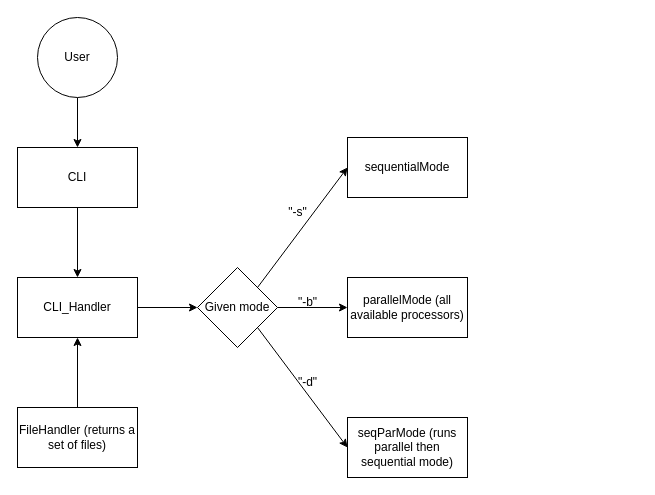
Earlier version of the draw.io diagram projectPlan.drawio (ldm8760/copads_project1). Source tidied: cells renumbered, new cells numbered last; positions are measured from the earlier drawing's top-left corner, leaving out a move shared by most shapes. Both pictures are drawn from the tidied source at 100%, with x=0, y=0 at pixel (17, 17).
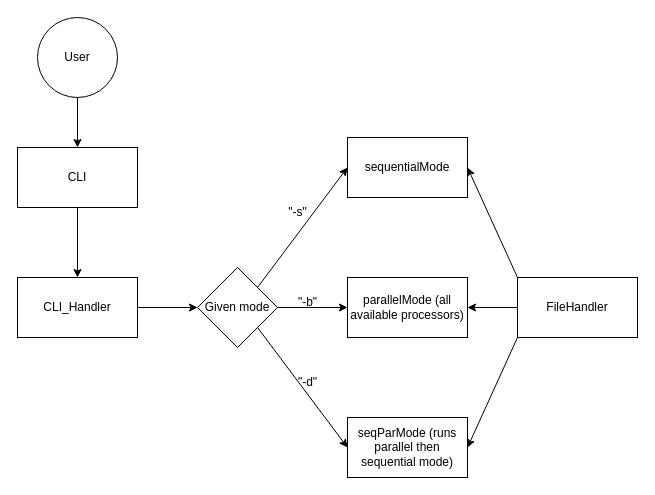
After the change.

Commit message (it also covers changes not shown here):
created interface, added visualhandler and updated filehandler

The change refers to these unchanged cells:
```xml
<mxCell id="5" value="CLI_Handler" style="whiteSpace=wrap;html=1;direction=west;" parent="1" vertex="1">
  <mxGeometry y="260" width="120" height="60" as="geometry" />
</mxCell>
<mxCell id="8" value="seqParMode (runs parallel then sequential mode)" style="whiteSpace=wrap;html=1;" parent="1" vertex="1">
  <mxGeometry x="330" y="400" width="120" height="60" as="geometry" />
</mxCell>
<mxCell id="11" value="sequentialMode" style="whiteSpace=wrap;html=1;" parent="1" vertex="1">
  <mxGeometry x="330" y="120" width="120" height="60" as="geometry" />
</mxCell>
<mxCell id="12" value="parallelMode (all available processors)" style="whiteSpace=wrap;html=1;" parent="1" vertex="1">
  <mxGeometry x="330" y="260" width="120" height="60" as="geometry" />
</mxCell>
```

What changed in the source:
```diff
@@
-    <mxCell id="9" style="edgeStyle=none;html=1;exitX=0.5;exitY=0;exitDx=0;exitDy=0;entryX=0.5;entryY=0;entryDx=0;entryDy=0;" parent="1" edge="1" source="10" target="5">
+    <mxCell id="9" style="edgeStyle=none;html=1;exitX=0;exitY=0;exitDx=0;exitDy=0;entryX=1;entryY=0.5;entryDx=0;entryDy=0;" parent="1" edge="1" source="10" target="11">
       <mxGeometry relative="1" as="geometry" />
     </mxCell>
+    <mxCell id="20" style="edgeStyle=none;html=1;exitX=0;exitY=0.5;exitDx=0;exitDy=0;entryX=1;entryY=0.5;entryDx=0;entryDy=0;" parent="1" edge="1" source="10" target="12">
+      <mxGeometry relative="1" as="geometry" />
+    </mxCell>
+    <mxCell id="21" style="edgeStyle=none;html=1;exitX=0;exitY=1;exitDx=0;exitDy=0;entryX=1;entryY=0.5;entryDx=0;entryDy=0;" parent="1" edge="1" source="10" target="8">
+      <mxGeometry relative="1" as="geometry" />
+    </mxCell>
-    <mxCell id="10" value="FileHandler (returns a set of files)" style="whiteSpace=wrap;html=1;" parent="1" vertex="1">
-      <mxGeometry y="390" width="120" height="60" as="geometry" />
+    <mxCell id="10" value="FileHandler" style="whiteSpace=wrap;html=1;" parent="1" vertex="1">
+      <mxGeometry x="500" y="260" width="120" height="60" as="geometry" />
     </mxCell>
```
